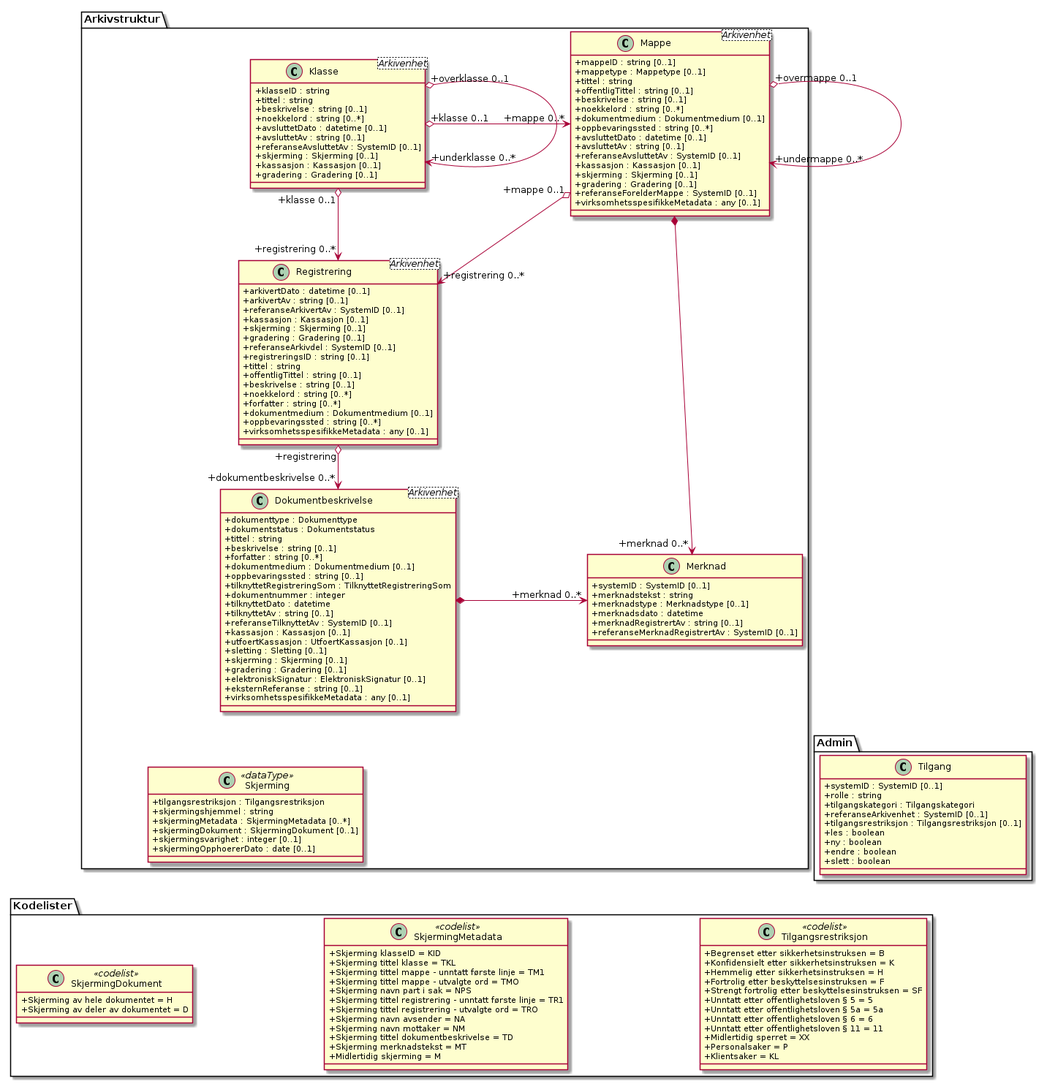
Earlier version of the PlantUML export kapitler/media/uml-arkivstruktur-skjerming.png (arkivverket/noark5-tjenestegrensesnitt-standard).
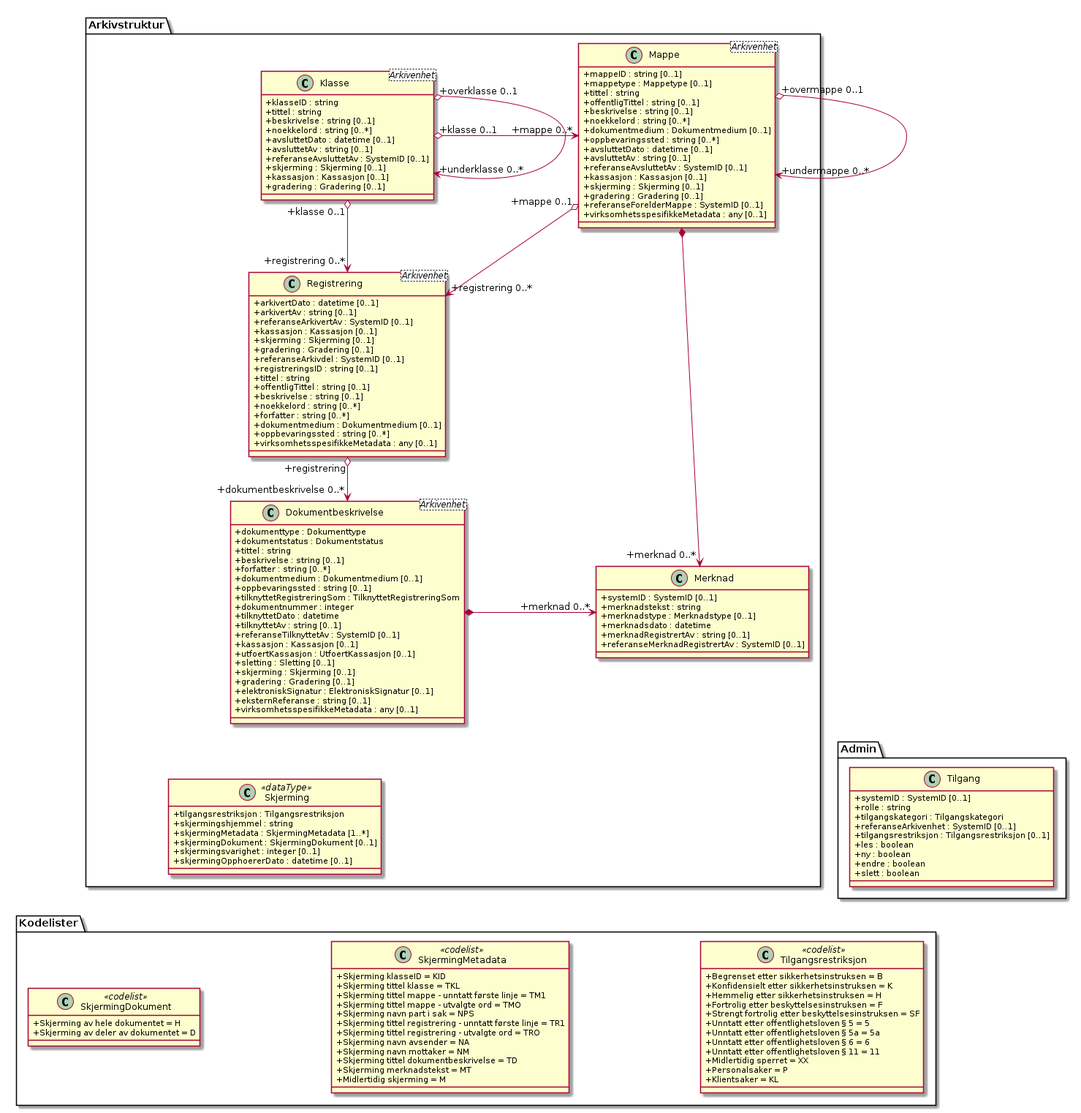
The same diagram one commit later.

The edit, as a diff of the source:
```diff
@@ -83,10 +83,10 @@
 class Arkivstruktur.Skjerming <<dataType>> {
   +tilgangsrestriksjon : Tilgangsrestriksjon
   +skjermingshjemmel : string
-  +skjermingMetadata : SkjermingMetadata [0..*]
+  +skjermingMetadata : SkjermingMetadata [1..*]
   +skjermingDokument : SkjermingDokument [0..1]
   +skjermingsvarighet : integer [0..1]
-  +skjermingOpphoererDato : date [0..1]
+  +skjermingOpphoererDato : datetime [0..1]
 }
 class Kodelister.SkjermingMetadata <<codelist>> {
   +Skjerming klasseID = KID
```
